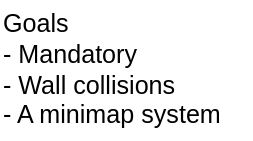
Above: cub.drawio.svg in jizots/cub3d (draw.io), before the change. Source tidied: cells renumbered, new cells last; positions are measured from the earlier drawing's top-left corner, leaving out a move shared by most shapes.
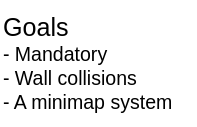
Later version of the same file.

Change to the diagram source:
```diff
@@ -2,8 +2,8 @@
   <root>
     <mxCell id="0" />
     <mxCell id="1" parent="0" />
-    <mxCell id="2" value="&lt;font style=&quot;font-size: 18px;&quot;&gt;Goals&lt;br&gt;- Mandatory&lt;br&gt;- Wall collisions&lt;br&gt;- A minimap system&lt;/font&gt;" style="text;html=1;align=left;verticalAlign=middle;strokeColor=none;fillColor=none;" parent="1" vertex="1">
-      <mxGeometry width="180" height="100" as="geometry" />
+    <mxCell id="2" value="&lt;font style=&quot;&quot;&gt;&lt;span style=&quot;font-size: 18px;&quot;&gt;Goals&lt;/span&gt;&lt;font style=&quot;font-size: 14px;&quot;&gt;&lt;br&gt;- Mandatory&lt;br&gt;- Wall collisions&lt;br&gt;- A minimap system&lt;/font&gt;&lt;/font&gt;" style="text;html=1;align=left;verticalAlign=middle;strokeColor=none;fillColor=none;" parent="1" vertex="1">
+      <mxGeometry width="140" height="90" as="geometry" />
     </mxCell>
   </root>
 </mxGraphModel>
```
